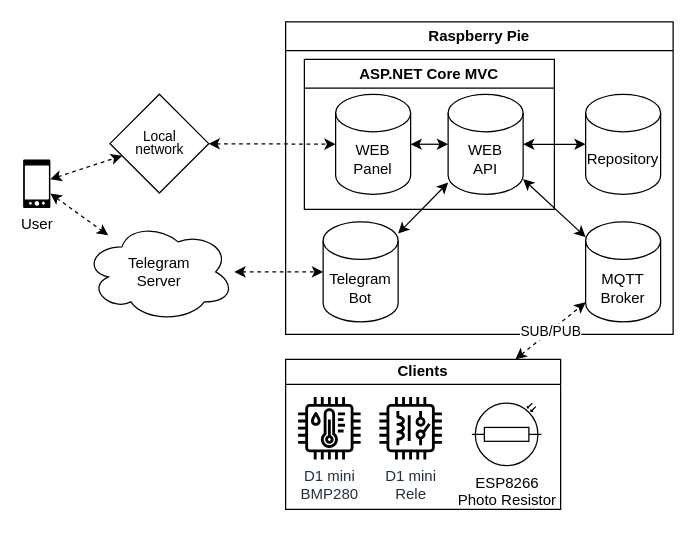
kamen4/SmartCactus keeps this draw.io diagram as page "Network" (1 of 4) of Diagrams/Diagrams.drawio. Above is the earlier version. Source tidied: cells renumbered, new cells numbered last; positions are measured from the earlier drawing's top-left corner, leaving out a move shared by most shapes. Both pictures are drawn from the tidied source at 125%, with x=0, y=0 at pixel (22, 21).
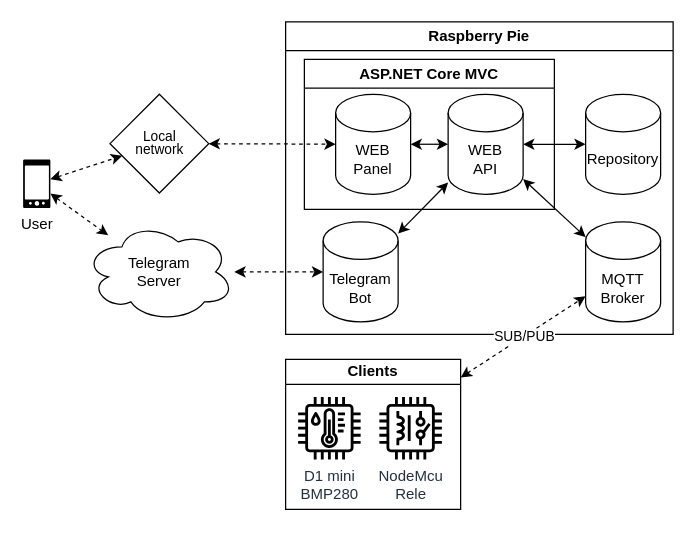
Above is the later version.

What changed in the source:
```diff
@@
     <mxCell id="13" value="Clients" style="swimlane;whiteSpace=wrap;html=1;startSize=20;" parent="1" vertex="1">
-      <mxGeometry x="210" y="270" width="220" height="120" as="geometry" />
+      <mxGeometry x="210" y="270" width="140" height="120" as="geometry" />
     </mxCell>
@@
-    <mxCell id="15" value="D1 mini&lt;br&gt;&lt;div&gt;Rele&lt;/div&gt;" style="sketch=0;fontColor=#232F3E;gradientColor=none;fillColor=#000000;strokeColor=none;dashed=0;verticalLabelPosition=bottom;verticalAlign=top;align=center;html=1;fontSize=12;fontStyle=0;shape=mxgraph.aws4.iot_thing_relay;" parent="13" vertex="1">
+    <mxCell id="15" value="NodeMcu&lt;br&gt;&lt;div&gt;Rele&lt;/div&gt;" style="sketch=0;fontColor=#232F3E;gradientColor=none;fillColor=#000000;strokeColor=none;dashed=0;verticalLabelPosition=bottom;verticalAlign=top;align=center;html=1;fontSize=12;fontStyle=0;shape=mxgraph.aws4.iot_thing_relay;" parent="13" vertex="1">
       <mxGeometry x="75" y="30" width="50" height="50" as="geometry" />
     </mxCell>
-    <mxCell id="16" value="ESP8266&lt;div&gt;Photo Resistor&lt;/div&gt;" style="verticalLabelPosition=bottom;shadow=0;dashed=0;align=center;html=1;verticalAlign=top;shape=mxgraph.electrical.opto_electronics.photo_resistor_1;" parent="13" vertex="1">
-      <mxGeometry x="149" y="35" width="55.6" height="50" as="geometry" />
-    </mxCell>
```
